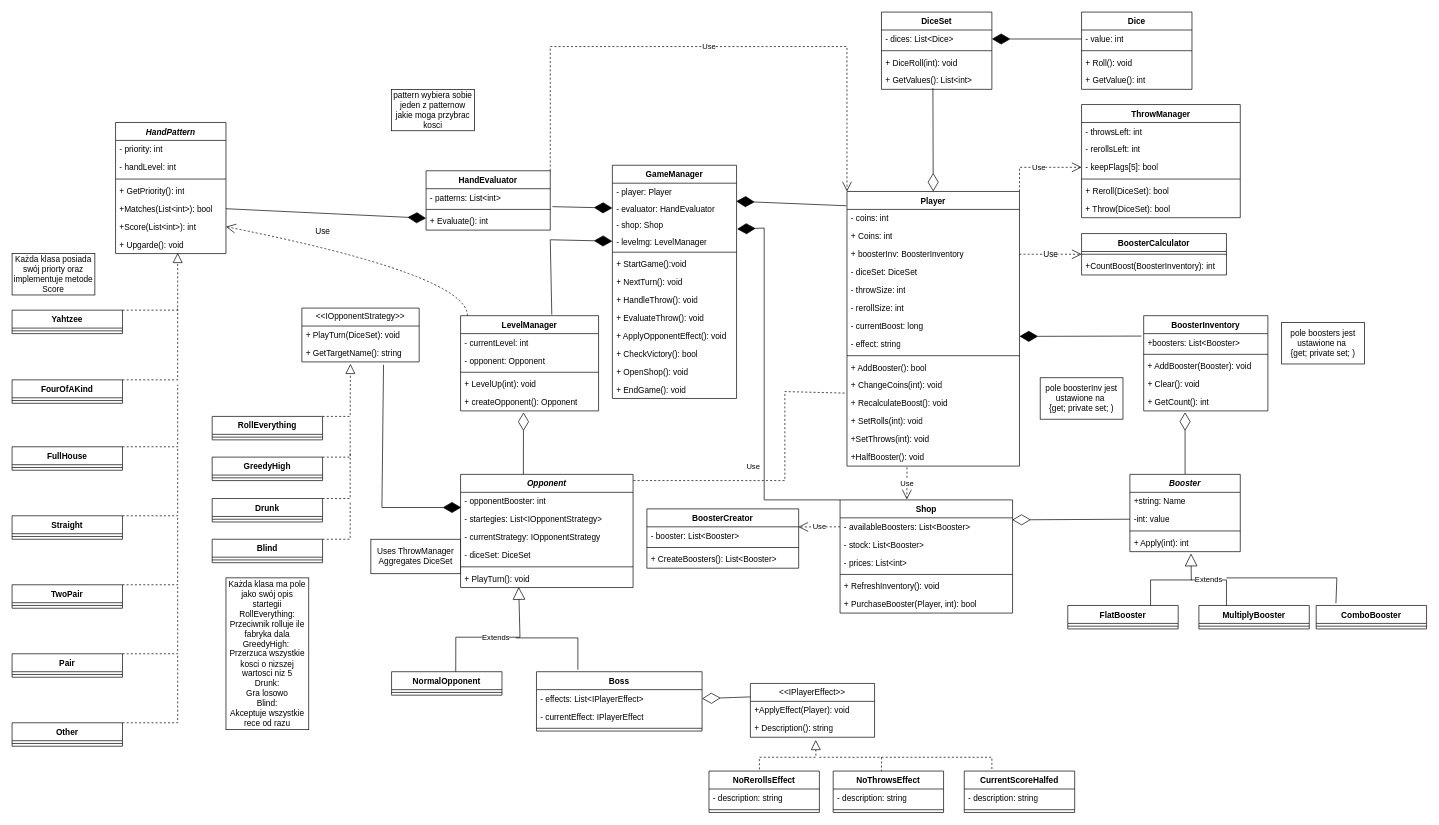
This is DiceGame.drawio from kcprlal/DiceGame, a draw.io file, before an edit. Source tidied: cells renumbered, new cells numbered last; positions are measured from the earlier drawing's top-left corner, leaving out a move shared by most shapes. Both pictures are drawn from the tidied source at 69%, with x=0, y=0 at pixel (12, 12).
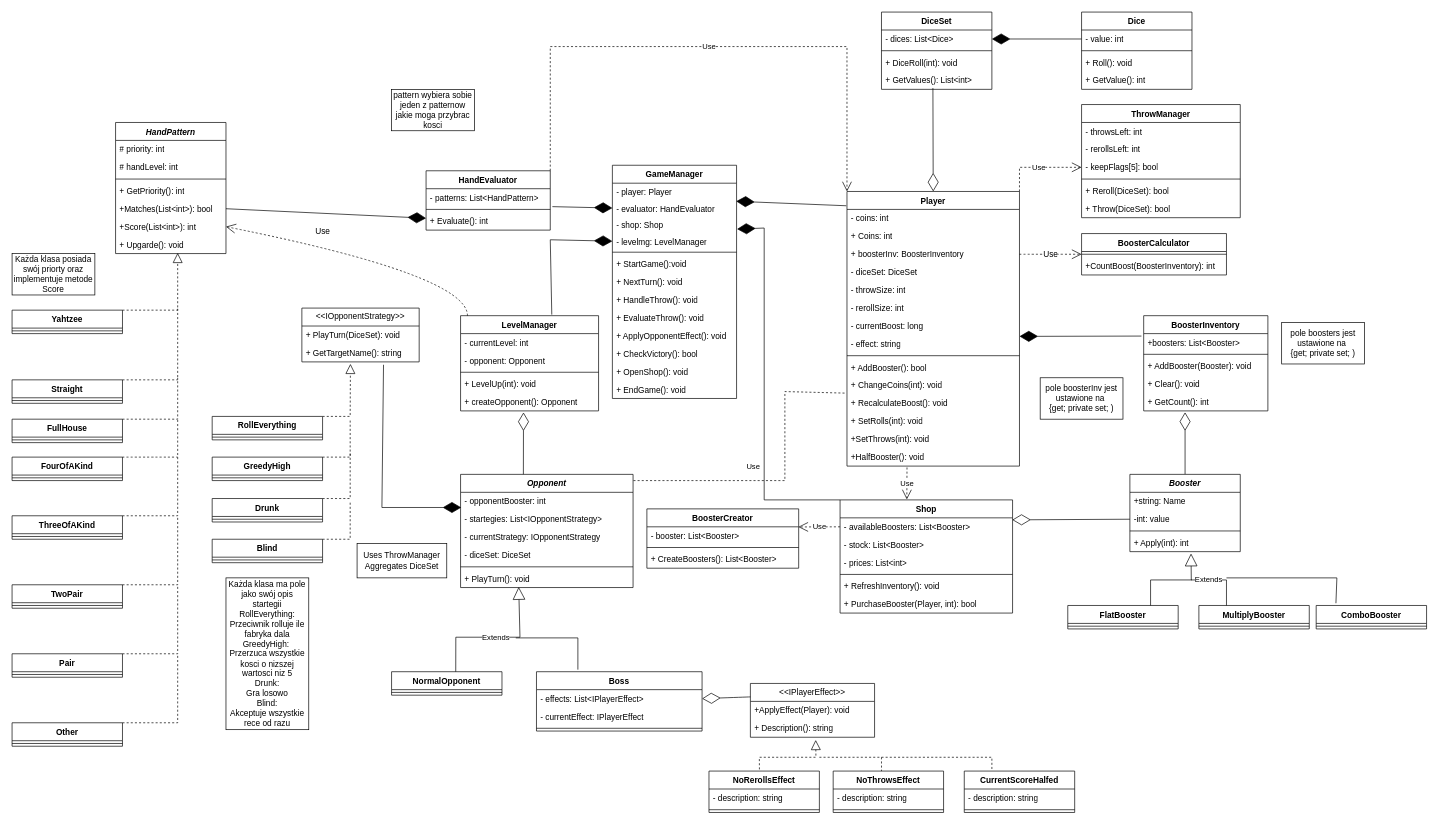
The same diagram, later.

Unchanged cells that the change refers to:
```xml
<mxCell id="60" value="HandEvaluator" style="swimlane;fontStyle=1;align=center;verticalAlign=top;horizontal=1;startSize=26;whiteSpace=wrap;html=1;" parent="1" vertex="1">
  <mxGeometry x="600" y="230" width="180" height="86" as="geometry" />
</mxCell>
<mxCell id="65" value="&lt;i&gt;HandPattern&lt;/i&gt;" style="swimlane;fontStyle=1;align=center;verticalAlign=top;horizontal=1;startSize=26;whiteSpace=wrap;html=1;" parent="1" vertex="1">
  <mxGeometry x="150" y="160" width="160" height="190" as="geometry" />
</mxCell>
```

The edit, as a diff of the source:
```diff
@@
-    <mxCell id="61" value="- patterns: List&amp;lt;int&amp;gt;" style="text;strokeColor=none;fillColor=none;align=left;verticalAlign=top;spacingLeft=4;spacingRight=4;overflow=hidden;points=[[0,0.5],[1,0.5]];portConstraint=eastwest;whiteSpace=wrap;html=1;" parent="60" vertex="1">
+    <mxCell id="61" value="- patterns: List&amp;lt;HandPattern&amp;gt;" style="text;strokeColor=none;fillColor=none;align=left;verticalAlign=top;spacingLeft=4;spacingRight=4;overflow=hidden;points=[[0,0.5],[1,0.5]];portConstraint=eastwest;whiteSpace=wrap;html=1;" parent="60" vertex="1">
       <mxGeometry y="26" width="180" height="26" as="geometry" />
     </mxCell>
@@
-    <mxCell id="66" value="- priority: int" style="text;strokeColor=none;fillColor=none;align=left;verticalAlign=top;spacingLeft=4;spacingRight=4;overflow=hidden;whiteSpace=wrap;html=1;" parent="65" vertex="1">
+    <mxCell id="66" value="# priority: int" style="text;strokeColor=none;fillColor=none;align=left;verticalAlign=top;spacingLeft=4;spacingRight=4;overflow=hidden;whiteSpace=wrap;html=1;" parent="65" vertex="1">
       <mxGeometry y="26" width="160" height="26" as="geometry" />
     </mxCell>
-    <mxCell id="67" value="- handLevel: int" style="text;strokeColor=none;fillColor=none;align=left;verticalAlign=top;spacingLeft=4;spacingRight=4;overflow=hidden;whiteSpace=wrap;html=1;" parent="65" vertex="1">
+    <mxCell id="67" value="# handLevel: int" style="text;strokeColor=none;fillColor=none;align=left;verticalAlign=top;spacingLeft=4;spacingRight=4;overflow=hidden;whiteSpace=wrap;html=1;" parent="65" vertex="1">
       <mxGeometry y="52" width="160" height="26" as="geometry" />
     </mxCell>
@@
-    <mxCell id="75" value="FourOfAKind" style="swimlane;fontStyle=1;align=center;verticalAlign=top;horizontal=1;startSize=26;whiteSpace=wrap;html=1;" parent="1" vertex="1">
+    <mxCell id="75" value="Straight" style="swimlane;fontStyle=1;align=center;verticalAlign=top;horizontal=1;startSize=26;whiteSpace=wrap;html=1;" parent="1" vertex="1">
       <mxGeometry y="533" width="160" height="34" as="geometry" />
     </mxCell>
@@
     <mxCell id="77" value="FullHouse" style="swimlane;fontStyle=1;align=center;verticalAlign=top;horizontal=1;startSize=26;whiteSpace=wrap;html=1;" parent="1" vertex="1">
-      <mxGeometry y="630" width="160" height="34" as="geometry" />
+      <mxGeometry y="590" width="160" height="34" as="geometry" />
     </mxCell>
@@
-    <mxCell id="79" value="Straight" style="swimlane;fontStyle=1;align=center;verticalAlign=top;horizontal=1;startSize=26;whiteSpace=wrap;html=1;" parent="1" vertex="1">
+    <mxCell id="79" value="ThreeOfAKind" style="swimlane;fontStyle=1;align=center;verticalAlign=top;horizontal=1;startSize=26;whiteSpace=wrap;html=1;" parent="1" vertex="1">
       <mxGeometry y="730" width="160" height="34" as="geometry" />
     </mxCell>
@@
     <mxCell id="89" style="endArrow=none;dashed=1;html=1;rounded=0;exitX=1;exitY=0;exitDx=0;exitDy=0;" parent="1" edge="1" source="77">
       <mxGeometry relative="1" as="geometry">
-        <mxPoint x="240" y="540" as="targetPoint" />
+        <mxPoint x="240" y="530" as="targetPoint" />
         <Array as="points">
-          <mxPoint x="240" y="630" />
+          <mxPoint x="240" y="590" />
         </Array>
       </mxGeometry>
     </mxCell>
     <mxCell id="90" style="endArrow=none;dashed=1;html=1;rounded=0;exitX=1;exitY=0;exitDx=0;exitDy=0;" parent="1" edge="1" source="79">
       <mxGeometry relative="1" as="geometry">
-        <mxPoint x="240" y="630" as="targetPoint" />
+        <mxPoint x="240" y="590" as="targetPoint" />
         <Array as="points">
           <mxPoint x="240" y="730" />
         </Array>
       </mxGeometry>
     </mxCell>
@@
     <mxCell id="180" value="Uses ThrowManager&lt;div&gt;Aggregates DiceSet&lt;/div&gt;" style="html=1;whiteSpace=wrap;" parent="1" vertex="1">
-      <mxGeometry x="520" y="764" width="130" height="50" as="geometry" />
+      <mxGeometry x="500" y="770" width="130" height="50" as="geometry" />
     </mxCell>
@@
+    <mxCell id="193" value="FourOfAKind" style="swimlane;fontStyle=1;align=center;verticalAlign=top;horizontal=1;startSize=26;whiteSpace=wrap;html=1;" parent="1" vertex="1">
+      <mxGeometry y="645" width="160" height="34" as="geometry" />
+    </mxCell>
+    <mxCell id="194" style="line;strokeWidth=1;fillColor=none;align=left;verticalAlign=middle;spacingTop=-1;spacingLeft=3;spacingRight=3;labelPosition=right;strokeColor=inherit;" parent="193" vertex="1">
+      <mxGeometry y="26" width="160" height="8" as="geometry" />
+    </mxCell>
+    <mxCell id="195" style="endArrow=none;dashed=1;html=1;rounded=0;fontSize=12;startSize=8;endSize=8;curved=1;exitX=1;exitY=0;exitDx=0;exitDy=0;" parent="1" edge="1" source="193">
+      <mxGeometry relative="1" as="geometry">
+        <mxPoint x="240" y="645" as="targetPoint" />
+      </mxGeometry>
+    </mxCell>
```
